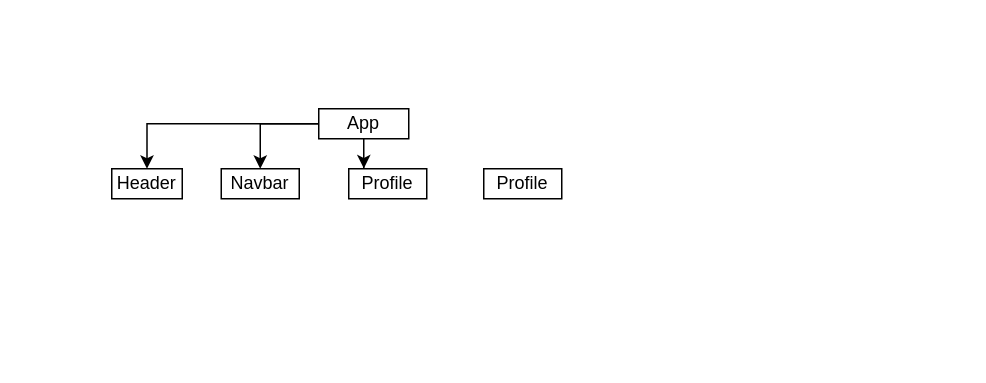
asnazarov/Pizza keeps this draw.io diagram as Untitled Diagram.drawio. Above is the earlier version. Source tidied: cells renumbered, new cells numbered last; positions are measured from the earlier drawing's top-left corner, leaving out a move shared by most shapes. Both pictures are drawn from the tidied source at 150%, with x=0, y=0 at pixel (111, 108).
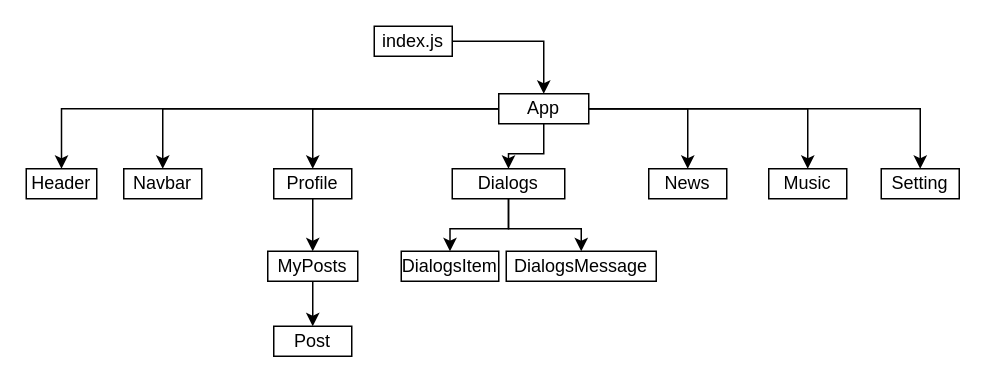
After the change.

Diff of the diagram source:
```diff
@@
-    <mxCell id="4" style="edgeStyle=orthogonalEdgeStyle;rounded=0;jettySize=auto;html=1;entryX=0.193;entryY=-0.011;entryDx=0;entryDy=0;entryPerimeter=0;" parent="1" edge="1" source="5" target="8">
-      <mxGeometry relative="1" as="geometry" />
-    </mxCell>
+    <mxCell id="10" style="edgeStyle=orthogonalEdgeStyle;rounded=0;jettySize=auto;html=1;entryX=0.5;entryY=0;entryDx=0;entryDy=0;" parent="1" edge="1" source="5" target="9">
+      <mxGeometry relative="1" as="geometry" />
+    </mxCell>
+    <mxCell id="11" style="edgeStyle=orthogonalEdgeStyle;rounded=0;jettySize=auto;html=1;entryX=0.5;entryY=0;entryDx=0;entryDy=0;" parent="1" edge="1" source="5" target="18">
+      <mxGeometry relative="1" as="geometry" />
+    </mxCell>
+    <mxCell id="12" style="edgeStyle=orthogonalEdgeStyle;rounded=0;jettySize=auto;html=1;entryX=0.5;entryY=0;entryDx=0;entryDy=0;" parent="1" edge="1" source="5" target="19">
+      <mxGeometry relative="1" as="geometry" />
+    </mxCell>
+    <mxCell id="13" style="edgeStyle=orthogonalEdgeStyle;rounded=0;jettySize=auto;html=1;entryX=0.5;entryY=0;entryDx=0;entryDy=0;" parent="1" edge="1" source="5" target="20">
+      <mxGeometry relative="1" as="geometry" />
+    </mxCell>
+    <mxCell id="14" style="edgeStyle=orthogonalEdgeStyle;rounded=0;jettySize=auto;html=1;entryX=0.5;entryY=0;entryDx=0;entryDy=0;" parent="1" edge="1" source="5" target="22">
+      <mxGeometry relative="1" as="geometry" />
+    </mxCell>
     <mxCell id="5" value="App" style="rounded=0;whiteSpace=wrap;html=1;" parent="1" vertex="1">
-      <mxGeometry x="138" width="60" height="20" as="geometry" />
+      <mxGeometry x="258" y="-10" width="60" height="20" as="geometry" />
     </mxCell>
     <mxCell id="6" value="Header" style="rounded=0;whiteSpace=wrap;html=1;strokeWidth=1;" parent="1" vertex="1">
-      <mxGeometry y="40" width="47" height="20" as="geometry" />
+      <mxGeometry x="-57" y="40" width="47" height="20" as="geometry" />
     </mxCell>
     <mxCell id="7" value="Navbar" style="rounded=0;whiteSpace=wrap;html=1;strokeWidth=1;" parent="1" vertex="1">
-      <mxGeometry x="73" y="40" width="52" height="20" as="geometry" />
+      <mxGeometry x="8" y="40" width="52" height="20" as="geometry" />
     </mxCell>
-    <mxCell id="8" value="Profile" style="rounded=0;whiteSpace=wrap;html=1;strokeWidth=1;" parent="1" vertex="1">
-      <mxGeometry x="158" y="40" width="52" height="20" as="geometry" />
-    </mxCell>
+    <mxCell id="15" style="edgeStyle=orthogonalEdgeStyle;rounded=0;jettySize=auto;html=1;" parent="1" edge="1" source="9" target="28">
+      <mxGeometry relative="1" as="geometry" />
+    </mxCell>
     <mxCell id="9" value="Profile" style="rounded=0;whiteSpace=wrap;html=1;strokeWidth=1;" parent="1" vertex="1">
-      <mxGeometry x="248" y="40" width="52" height="20" as="geometry" />
+      <mxGeometry x="108" y="40" width="52" height="20" as="geometry" />
     </mxCell>
+    <mxCell id="16" style="edgeStyle=orthogonalEdgeStyle;rounded=0;jettySize=auto;html=1;entryX=0.5;entryY=0;entryDx=0;entryDy=0;" parent="1" edge="1" source="18" target="25">
+      <mxGeometry relative="1" as="geometry" />
+    </mxCell>
+    <mxCell id="17" style="edgeStyle=orthogonalEdgeStyle;rounded=0;jettySize=auto;html=1;entryX=0.5;entryY=0;entryDx=0;entryDy=0;" parent="1" edge="1" source="18" target="26">
+      <mxGeometry relative="1" as="geometry" />
+    </mxCell>
+    <mxCell id="18" value="Dialogs" style="rounded=0;whiteSpace=wrap;html=1;strokeWidth=1;" parent="1" vertex="1">
+      <mxGeometry x="227" y="40" width="75" height="20" as="geometry" />
+    </mxCell>
+    <mxCell id="19" value="News" style="rounded=0;whiteSpace=wrap;html=1;strokeWidth=1;" parent="1" vertex="1">
+      <mxGeometry x="358" y="40" width="52" height="20" as="geometry" />
+    </mxCell>
+    <mxCell id="20" value="Music" style="rounded=0;whiteSpace=wrap;html=1;strokeWidth=1;" parent="1" vertex="1">
+      <mxGeometry x="438" y="40" width="52" height="20" as="geometry" />
+    </mxCell>
+    <mxCell id="21" style="edgeStyle=orthogonalEdgeStyle;rounded=0;orthogonalLoop=1;jettySize=auto;html=1;exitX=0.5;exitY=1;exitDx=0;exitDy=0;" parent="1" edge="1" source="7" target="7">
+      <mxGeometry relative="1" as="geometry" />
+    </mxCell>
+    <mxCell id="22" value="Setting" style="rounded=0;whiteSpace=wrap;html=1;strokeWidth=1;" parent="1" vertex="1">
+      <mxGeometry x="513" y="40" width="52" height="20" as="geometry" />
+    </mxCell>
+    <mxCell id="23" style="edgeStyle=orthogonalEdgeStyle;rounded=0;jettySize=auto;html=1;entryX=0.5;entryY=0;entryDx=0;entryDy=0;" parent="1" edge="1" source="24" target="5">
+      <mxGeometry relative="1" as="geometry" />
+    </mxCell>
+    <mxCell id="24" value="index.js" style="rounded=0;whiteSpace=wrap;html=1;strokeWidth=1;" parent="1" vertex="1">
+      <mxGeometry x="175" y="-55" width="52" height="20" as="geometry" />
+    </mxCell>
+    <mxCell id="25" value="DialogsItem" style="rounded=0;whiteSpace=wrap;html=1;strokeWidth=1;" parent="1" vertex="1">
+      <mxGeometry x="193" y="95" width="65" height="20" as="geometry" />
+    </mxCell>
+    <mxCell id="26" value="DialogsMessage" style="rounded=0;whiteSpace=wrap;html=1;strokeWidth=1;" parent="1" vertex="1">
+      <mxGeometry x="263" y="95" width="100" height="20" as="geometry" />
+    </mxCell>
+    <mxCell id="27" style="edgeStyle=orthogonalEdgeStyle;rounded=0;jettySize=auto;html=1;" parent="1" edge="1" source="28" target="29">
+      <mxGeometry relative="1" as="geometry" />
+    </mxCell>
+    <mxCell id="28" value="MyPosts" style="rounded=0;whiteSpace=wrap;html=1;strokeWidth=1;" parent="1" vertex="1">
+      <mxGeometry x="104" y="95" width="60" height="20" as="geometry" />
+    </mxCell>
+    <mxCell id="29" value="Post" style="rounded=0;whiteSpace=wrap;html=1;strokeWidth=1;" parent="1" vertex="1">
+      <mxGeometry x="108" y="145" width="52" height="20" as="geometry" />
+    </mxCell>
```
